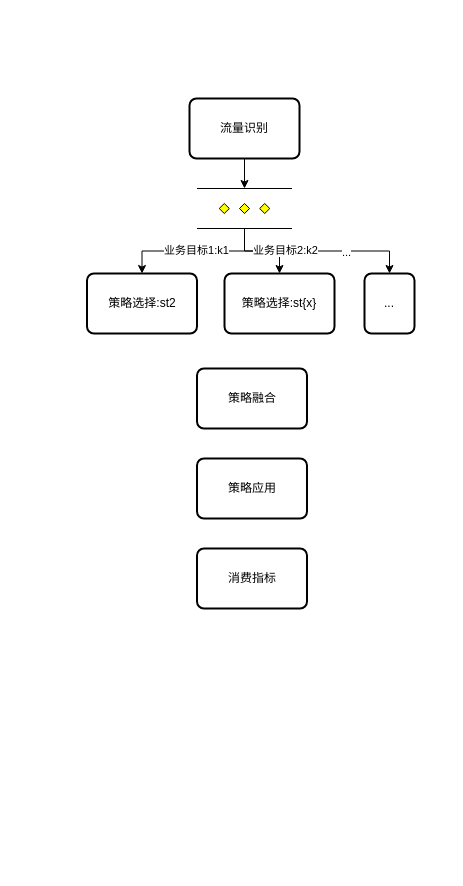
Above: 策略冷启动.drawio in luoshao23/digram (draw.io), before the change. Source tidied: cells renumbered, new cells numbered last; positions are measured from the earlier drawing's top-left corner, leaving out a move shared by most shapes. Both pictures are drawn from the tidied source at 100%, with x=0, y=0 at pixel (86, 98).
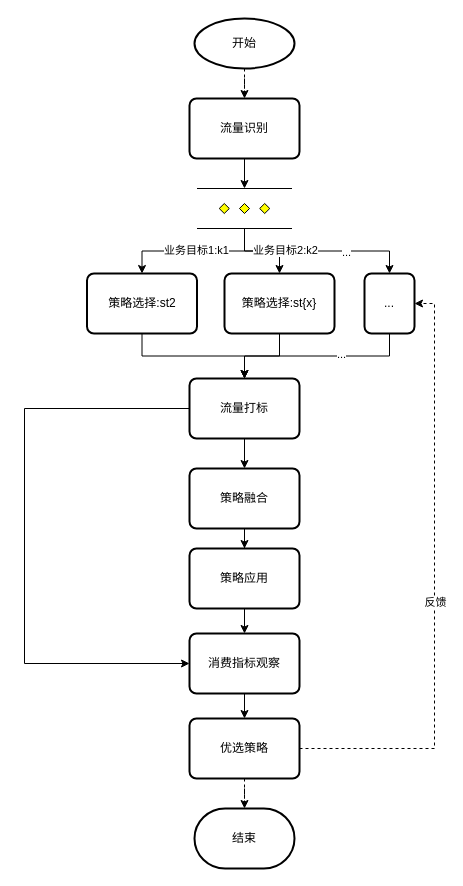
After the change.

Commit message (it also covers changes not shown here):
更新策略冷启动.drawio

The change refers to these unchanged cells:
```xml
<mxCell id="3" value="流量识别" style="rounded=1;whiteSpace=wrap;html=1;absoluteArcSize=1;arcSize=14;strokeWidth=2;" parent="1" vertex="1">
  <mxGeometry x="103" width="110" height="60" as="geometry" />
</mxCell>
<mxCell id="11" value="策略选择:st2" style="rounded=1;whiteSpace=wrap;html=1;absoluteArcSize=1;arcSize=14;strokeWidth=2;" parent="1" vertex="1">
  <mxGeometry x="0.5" y="175" width="110" height="60" as="geometry" />
</mxCell>
<mxCell id="12" value="策略选择:st{x}" style="rounded=1;whiteSpace=wrap;html=1;absoluteArcSize=1;arcSize=14;strokeWidth=2;" parent="1" vertex="1">
  <mxGeometry x="138" y="175" width="110" height="60" as="geometry" />
</mxCell>
<mxCell id="13" value="..." style="rounded=1;whiteSpace=wrap;html=1;absoluteArcSize=1;arcSize=14;strokeWidth=2;" parent="1" vertex="1">
  <mxGeometry x="278" y="175" width="50" height="60" as="geometry" />
</mxCell>
```

What changed in the source:
```diff
@@
+    <mxCell id="17" style="edgeStyle=orthogonalEdgeStyle;rounded=0;jettySize=auto;html=1;exitX=0.5;exitY=1;exitDx=0;exitDy=0;entryX=0.5;entryY=0;entryDx=0;entryDy=0;" parent="1" edge="1" source="11" target="14">
+      <mxGeometry relative="1" as="geometry" />
+    </mxCell>
@@
+    <mxCell id="18" style="edgeStyle=orthogonalEdgeStyle;rounded=0;jettySize=auto;html=1;exitX=0.5;exitY=1;exitDx=0;exitDy=0;entryX=0.5;entryY=0;entryDx=0;entryDy=0;" parent="1" edge="1" source="12" target="14">
+      <mxGeometry relative="1" as="geometry" />
+    </mxCell>
@@
+    <mxCell id="19" style="edgeStyle=orthogonalEdgeStyle;rounded=0;jettySize=auto;html=1;exitX=0.5;exitY=1;exitDx=0;exitDy=0;" parent="1" edge="1" source="13" target="14">
+      <mxGeometry relative="1" as="geometry" />
+    </mxCell>
+    <mxCell id="20" value="..." style="edgeLabel;html=1;align=center;verticalAlign=middle;" parent="19" vertex="1">
+      <mxGeometry x="-0.25" y="-2" relative="1" as="geometry" />
+    </mxCell>
@@
+    <mxCell id="21" style="edgeStyle=orthogonalEdgeStyle;rounded=0;jettySize=auto;html=1;exitX=0.5;exitY=1;exitDx=0;exitDy=0;" parent="1" edge="1" source="14" target="26">
+      <mxGeometry relative="1" as="geometry" />
+    </mxCell>
+    <mxCell id="22" style="edgeStyle=orthogonalEdgeStyle;rounded=0;jettySize=auto;html=1;entryX=0;entryY=0.5;entryDx=0;entryDy=0;" parent="1" edge="1" source="14" target="16">
+      <mxGeometry relative="1" as="geometry">
+        <Array as="points">
+          <mxPoint x="-62" y="310" />
+          <mxPoint x="-62" y="565" />
+        </Array>
+      </mxGeometry>
+    </mxCell>
-    <mxCell id="14" value="策略融合" style="rounded=1;whiteSpace=wrap;html=1;absoluteArcSize=1;arcSize=14;strokeWidth=2;" parent="1" vertex="1">
-      <mxGeometry x="110.5" y="270" width="110" height="60" as="geometry" />
+    <mxCell id="14" value="流量打标" style="rounded=1;whiteSpace=wrap;html=1;absoluteArcSize=1;arcSize=14;strokeWidth=2;" parent="1" vertex="1">
+      <mxGeometry x="103" y="280" width="110" height="60" as="geometry" />
     </mxCell>
+    <mxCell id="23" style="edgeStyle=orthogonalEdgeStyle;rounded=0;jettySize=auto;html=1;exitX=0.5;exitY=1;exitDx=0;exitDy=0;entryX=0.5;entryY=0;entryDx=0;entryDy=0;" parent="1" edge="1" source="15" target="16">
+      <mxGeometry relative="1" as="geometry" />
+    </mxCell>
     <mxCell id="15" value="策略应用" style="rounded=1;whiteSpace=wrap;html=1;absoluteArcSize=1;arcSize=14;strokeWidth=2;" parent="1" vertex="1">
-      <mxGeometry x="110.5" y="360" width="110" height="60" as="geometry" />
+      <mxGeometry x="103" y="450" width="110" height="60" as="geometry" />
     </mxCell>
+    <mxCell id="24" style="edgeStyle=orthogonalEdgeStyle;rounded=0;jettySize=auto;html=1;exitX=0.5;exitY=1;exitDx=0;exitDy=0;entryX=0.5;entryY=0;entryDx=0;entryDy=0;" parent="1" edge="1" source="16" target="30">
+      <mxGeometry relative="1" as="geometry" />
+    </mxCell>
-    <mxCell id="16" value="消费指标" style="rounded=1;whiteSpace=wrap;html=1;absoluteArcSize=1;arcSize=14;strokeWidth=2;" parent="1" vertex="1">
-      <mxGeometry x="110.5" y="450" width="110" height="60" as="geometry" />
+    <mxCell id="16" value="消费指标观察" style="rounded=1;whiteSpace=wrap;html=1;absoluteArcSize=1;arcSize=14;strokeWidth=2;" parent="1" vertex="1">
+      <mxGeometry x="103" y="535" width="110" height="60" as="geometry" />
     </mxCell>
+    <mxCell id="25" style="edgeStyle=orthogonalEdgeStyle;rounded=0;jettySize=auto;html=1;exitX=0.5;exitY=1;exitDx=0;exitDy=0;" parent="1" edge="1" source="26" target="15">
+      <mxGeometry relative="1" as="geometry" />
+    </mxCell>
+    <mxCell id="26" value="策略融合" style="rounded=1;whiteSpace=wrap;html=1;absoluteArcSize=1;arcSize=14;strokeWidth=2;" parent="1" vertex="1">
+      <mxGeometry x="103" y="370" width="110" height="60" as="geometry" />
+    </mxCell>
+    <mxCell id="27" style="edgeStyle=orthogonalEdgeStyle;rounded=0;jettySize=auto;html=1;entryX=1;entryY=0.5;entryDx=0;entryDy=0;dashed=1;" parent="1" edge="1" source="30" target="13">
+      <mxGeometry relative="1" as="geometry" />
+    </mxCell>
+    <mxCell id="28" value="反馈" style="edgeLabel;html=1;align=center;verticalAlign=middle;" parent="27" vertex="1">
+      <mxGeometry x="-0.06" relative="1" as="geometry" />
+    </mxCell>
+    <mxCell id="29" style="edgeStyle=orthogonalEdgeStyle;rounded=0;jettySize=auto;html=1;entryX=0.5;entryY=0;entryDx=0;entryDy=0;entryPerimeter=0;dashed=1;" parent="1" edge="1" source="30" target="33">
+      <mxGeometry relative="1" as="geometry" />
+    </mxCell>
+    <mxCell id="30" value="优选策略" style="rounded=1;whiteSpace=wrap;html=1;absoluteArcSize=1;arcSize=14;strokeWidth=2;" parent="1" vertex="1">
+      <mxGeometry x="103" y="620" width="110" height="60" as="geometry" />
+    </mxCell>
+    <mxCell id="31" style="edgeStyle=orthogonalEdgeStyle;rounded=0;jettySize=auto;html=1;entryX=0.5;entryY=0;entryDx=0;entryDy=0;dashed=1;" parent="1" edge="1" source="32" target="3">
+      <mxGeometry relative="1" as="geometry" />
+    </mxCell>
+    <mxCell id="32" value="开始" style="strokeWidth=2;html=1;shape=mxgraph.flowchart.start_1;whiteSpace=wrap;" parent="1" vertex="1">
+      <mxGeometry x="108" y="-80" width="100" height="50" as="geometry" />
+    </mxCell>
+    <mxCell id="33" value="结束" style="strokeWidth=2;html=1;shape=mxgraph.flowchart.terminator;whiteSpace=wrap;" parent="1" vertex="1">
+      <mxGeometry x="108" y="710" width="100" height="60" as="geometry" />
+    </mxCell>
```
